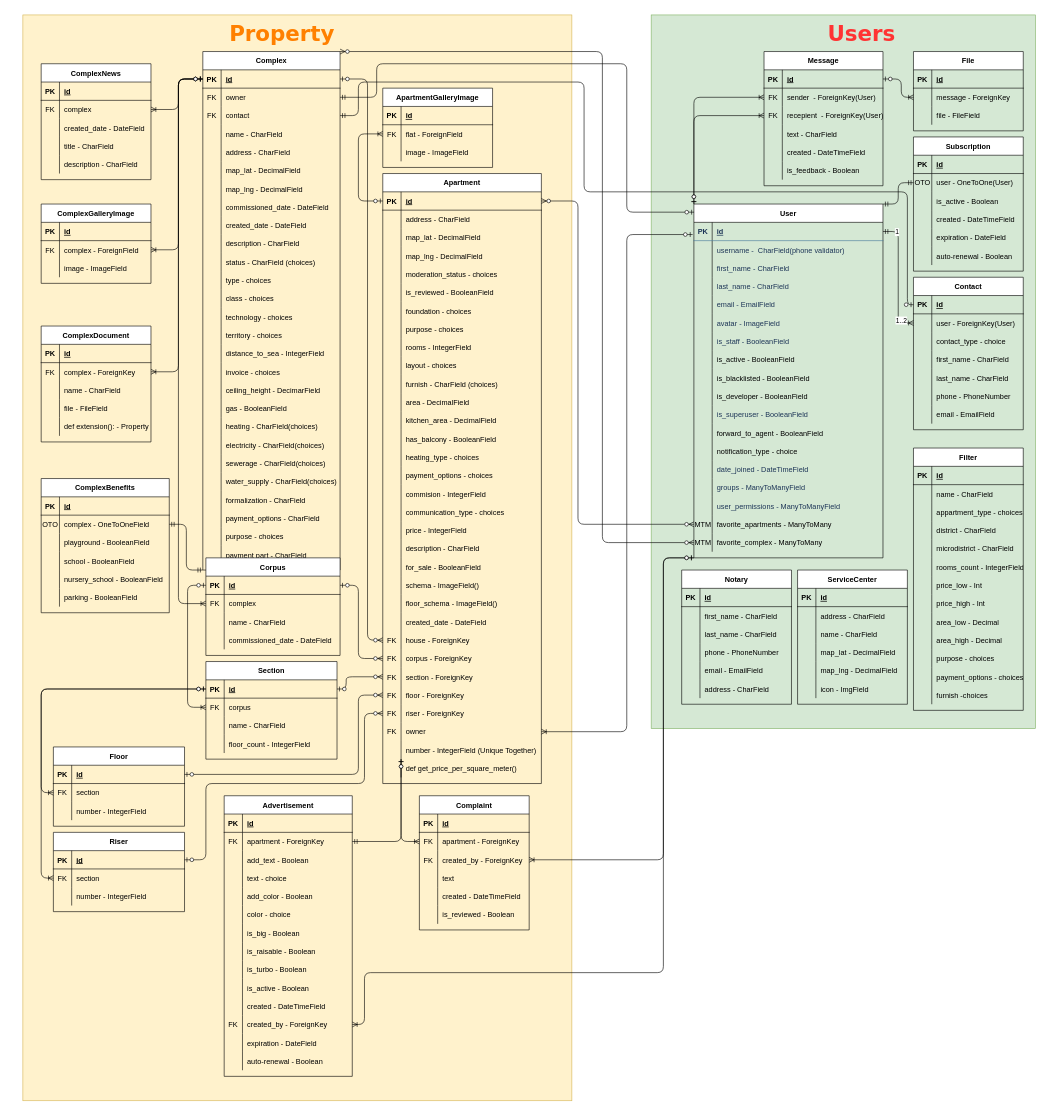
Rey092/SwipeApp keeps this draw.io diagram as diagrams/db.drawio. Above is the earlier version. Source tidied: cells renumbered, new cells numbered last; positions are measured from the earlier drawing's top-left corner, leaving out a move shared by most shapes. Both pictures are drawn from the tidied source at 61%, with x=0, y=0 at pixel (10, 15).
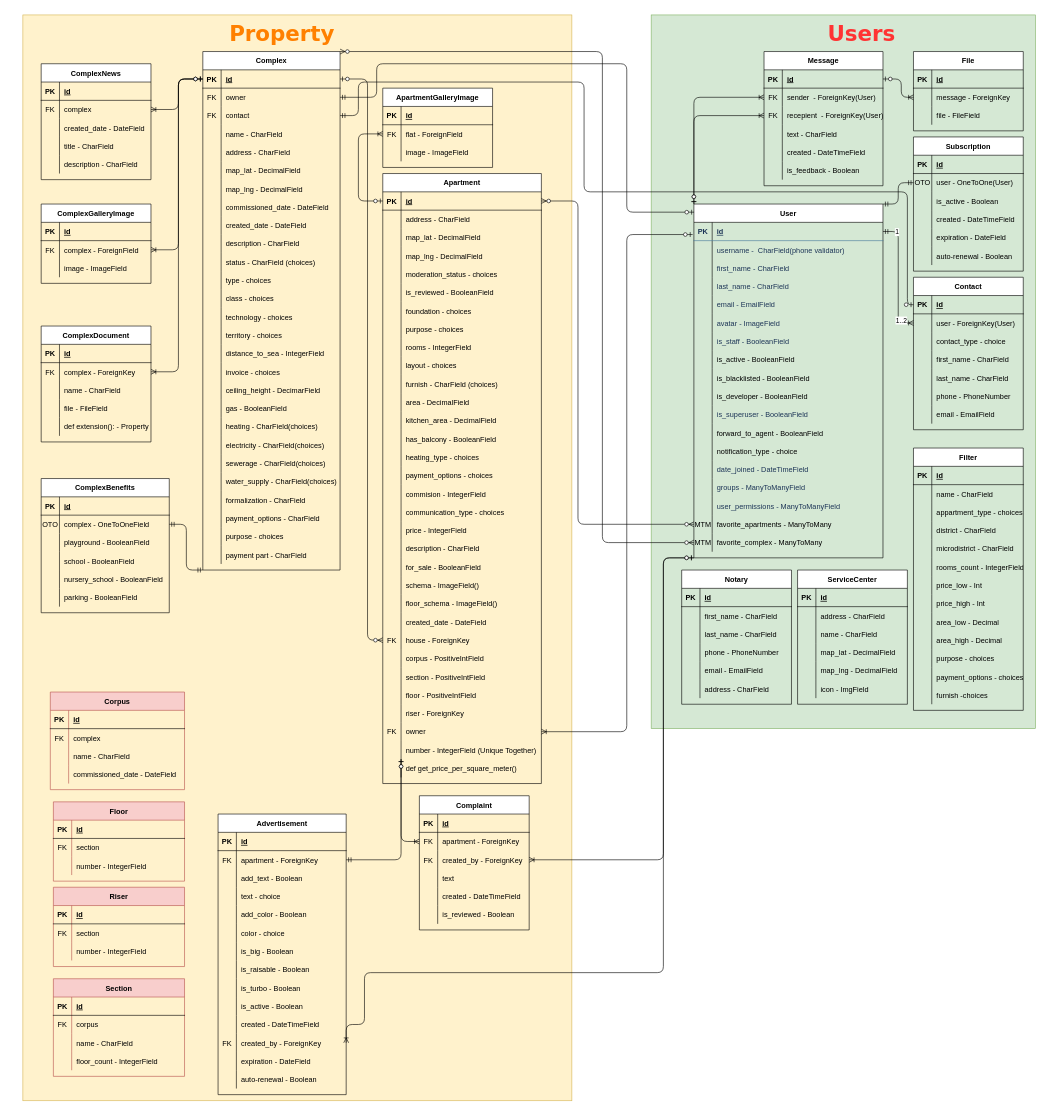
The same diagram, later.

Unchanged cells that the change refers to:
```xml
<mxCell id="3" style="group;" parent="1" vertex="1">
  <mxGeometry y="60" width="915" height="1680" as="geometry" />
</mxCell>
<mxCell id="80" style="shape=partialRectangle;fillColor=none;top=0;left=0;bottom=0;right=0;points=[[0,0.5],[1,0.5]];portConstraint=eastwest;" parent="4" vertex="1">
  <mxGeometry y="780" width="260" height="30" as="geometry" />
</mxCell>
<mxCell id="83" style="shape=partialRectangle;fillColor=none;top=0;left=0;bottom=0;right=0;points=[[0,0.5],[1,0.5]];portConstraint=eastwest;" parent="4" vertex="1">
  <mxGeometry y="810" width="260" height="30" as="geometry" />
</mxCell>
<mxCell id="86" style="shape=partialRectangle;fillColor=none;top=0;left=0;bottom=0;right=0;points=[[0,0.5],[1,0.5]];portConstraint=eastwest;" parent="4" vertex="1">
  <mxGeometry y="840" width="260" height="30" as="geometry" />
</mxCell>
<mxCell id="89" style="shape=partialRectangle;fillColor=none;top=0;left=0;bottom=0;right=0;points=[[0,0.5],[1,0.5]];portConstraint=eastwest;" parent="4" vertex="1">
  <mxGeometry y="870" width="260" height="30" as="geometry" />
</mxCell>
<mxCell id="102" style="shape=partialRectangle;fillColor=none;top=0;left=0;bottom=1;right=0;points=[[0,0.5],[1,0.5]];portConstraint=eastwest;" parent="101" vertex="1">
  <mxGeometry y="30" width="225" height="30" as="geometry" />
</mxCell>
<mxCell id="194" style="shape=partialRectangle;fillColor=none;top=0;left=0;bottom=1;right=0;points=[[0,0.5],[1,0.5]];portConstraint=eastwest;" parent="193" vertex="1">
  <mxGeometry y="30" width="220" height="30" as="geometry" />
</mxCell>
<mxCell id="197" style="shape=partialRectangle;fillColor=none;top=0;left=0;bottom=0;right=0;points=[[0,0.5],[1,0.5]];portConstraint=eastwest;" parent="193" vertex="1">
  <mxGeometry y="60" width="220" height="30" as="geometry" />
</mxCell>
<mxCell id="210" style="shape=partialRectangle;fillColor=none;top=0;left=0;bottom=1;right=0;points=[[0,0.5],[1,0.5]];portConstraint=eastwest;" parent="209" vertex="1">
  <mxGeometry y="30" width="215" height="30" as="geometry" />
</mxCell>
<mxCell id="213" style="shape=partialRectangle;fillColor=none;top=0;left=0;bottom=0;right=0;points=[[0,0.5],[1,0.5]];portConstraint=eastwest;" parent="209" vertex="1">
  <mxGeometry y="60" width="215" height="30" as="geometry" />
</mxCell>
<mxCell id="334" style="shape=partialRectangle;fillColor=none;top=0;left=0;bottom=1;right=0;points=[[0,0.5],[1,0.5]];portConstraint=eastwest;" parent="333" vertex="1">
  <mxGeometry y="30" width="215" height="30" as="geometry" />
</mxCell>
<mxCell id="337" style="shape=partialRectangle;fillColor=none;top=0;left=0;bottom=0;right=0;points=[[0,0.5],[1,0.5]];portConstraint=eastwest;" parent="333" vertex="1">
  <mxGeometry y="60" width="215" height="30" as="geometry" />
</mxCell>
<mxCell id="346" style="shape=partialRectangle;fillColor=none;top=0;left=0;bottom=1;right=0;points=[[0,0.5],[1,0.5]];portConstraint=eastwest;" parent="345" vertex="1">
  <mxGeometry y="30" width="215" height="30" as="geometry" />
</mxCell>
<mxCell id="349" style="shape=partialRectangle;fillColor=none;top=0;left=0;bottom=0;right=0;points=[[0,0.5],[1,0.5]];portConstraint=eastwest;" parent="345" vertex="1">
  <mxGeometry y="60" width="215" height="30" as="geometry" />
</mxCell>
```

What changed in the source:
```diff
@@
-    <mxCell id="81" value="FK" style="shape=partialRectangle;fillColor=none;top=0;left=0;bottom=0;right=0;fontStyle=0;overflow=hidden;" parent="80" vertex="1">
+    <mxCell id="81" style="shape=partialRectangle;fillColor=none;top=0;left=0;bottom=0;right=0;fontStyle=0;overflow=hidden;" parent="80" vertex="1">
       <mxGeometry width="30" height="30" as="geometry" />
     </mxCell>
-    <mxCell id="82" value="corpus - ForeignKey" style="shape=partialRectangle;fillColor=none;top=0;left=0;bottom=0;right=0;align=left;spacingLeft=6;fontStyle=0;overflow=hidden;" parent="80" vertex="1">
+    <mxCell id="82" value="corpus - PositiveIntField" style="shape=partialRectangle;fillColor=none;top=0;left=0;bottom=0;right=0;align=left;spacingLeft=6;fontStyle=0;overflow=hidden;" parent="80" vertex="1">
       <mxGeometry x="30" width="230" height="30" as="geometry" />
     </mxCell>
@@
-    <mxCell id="84" value="FK" style="shape=partialRectangle;fillColor=none;top=0;left=0;bottom=0;right=0;fontStyle=0;overflow=hidden;" parent="83" vertex="1">
+    <mxCell id="84" style="shape=partialRectangle;fillColor=none;top=0;left=0;bottom=0;right=0;fontStyle=0;overflow=hidden;" parent="83" vertex="1">
       <mxGeometry width="30" height="30" as="geometry" />
     </mxCell>
-    <mxCell id="85" value="section - ForeignKey" style="shape=partialRectangle;fillColor=none;top=0;left=0;bottom=0;right=0;align=left;spacingLeft=6;fontStyle=0;overflow=hidden;" parent="83" vertex="1">
+    <mxCell id="85" value="section - PositiveIntField" style="shape=partialRectangle;fillColor=none;top=0;left=0;bottom=0;right=0;align=left;spacingLeft=6;fontStyle=0;overflow=hidden;" parent="83" vertex="1">
       <mxGeometry x="30" width="230" height="30" as="geometry" />
     </mxCell>
@@
-    <mxCell id="87" value="FK" style="shape=partialRectangle;fillColor=none;top=0;left=0;bottom=0;right=0;fontStyle=0;overflow=hidden;" parent="86" vertex="1">
+    <mxCell id="87" style="shape=partialRectangle;fillColor=none;top=0;left=0;bottom=0;right=0;fontStyle=0;overflow=hidden;" parent="86" vertex="1">
       <mxGeometry width="30" height="30" as="geometry" />
     </mxCell>
-    <mxCell id="88" value="floor - ForeignKey" style="shape=partialRectangle;fillColor=none;top=0;left=0;bottom=0;right=0;align=left;spacingLeft=6;fontStyle=0;overflow=hidden;" parent="86" vertex="1">
+    <mxCell id="88" value="floor - PositiveIntField" style="shape=partialRectangle;fillColor=none;top=0;left=0;bottom=0;right=0;align=left;spacingLeft=6;fontStyle=0;overflow=hidden;" parent="86" vertex="1">
       <mxGeometry x="30" width="230" height="30" as="geometry" />
     </mxCell>
@@
-    <mxCell id="90" value="FK" style="shape=partialRectangle;fillColor=none;top=0;left=0;bottom=0;right=0;fontStyle=0;overflow=hidden;" parent="89" vertex="1">
+    <mxCell id="90" style="shape=partialRectangle;fillColor=none;top=0;left=0;bottom=0;right=0;fontStyle=0;overflow=hidden;" parent="89" vertex="1">
       <mxGeometry width="30" height="30" as="geometry" />
     </mxCell>
@@
-    <mxCell id="193" value="Corpus" style="shape=table;startSize=30;childLayout=tableLayout;rowLines=0;fontStyle=1;align=center;" parent="3" vertex="1">
-      <mxGeometry x="320" y="830" width="220" height="160" as="geometry" />
+    <mxCell id="193" value="Corpus" style="shape=table;startSize=30;childLayout=tableLayout;rowLines=0;fontStyle=1;align=center;fillColor=#f8cecc;strokeColor=#b85450;" parent="3" vertex="1">
+      <mxGeometry x="65" y="1050" width="220" height="160" as="geometry" />
     </mxCell>
@@
-    <mxCell id="206" style="edgeStyle=elbowEdgeStyle;fontSize=12;html=1;endArrow=ERoneToMany;startArrow=ERzeroToOne;entryX=0;entryY=0.5;entryDx=0;entryDy=0;exitX=0;exitY=0.5;exitDx=0;exitDy=0;" parent="3" edge="1" source="102" target="197">
-      <mxGeometry relative="1" as="geometry">
-        <Array as="points">
-          <mxPoint x="275" y="270" />
-          <mxPoint x="305" y="250" />
-        </Array>
-      </mxGeometry>
-    </mxCell>
@@
-    <mxCell id="208" style="edgeStyle=elbowEdgeStyle;fontSize=12;html=1;endArrow=ERzeroToMany;startArrow=ERzeroToOne;exitX=1;exitY=0.5;exitDx=0;exitDy=0;entryX=0;entryY=0.5;entryDx=0;entryDy=0;endFill=1;" parent="3" edge="1" source="210" target="83">
-      <mxGeometry relative="1" as="geometry">
-        <Array as="points">
-          <mxPoint x="550" y="1025" />
-          <mxPoint x="560" y="1000" />
-          <mxPoint x="580" y="1000" />
-          <mxPoint x="560" y="805" />
-          <mxPoint x="570" y="720" />
-        </Array>
-      </mxGeometry>
-    </mxCell>
-    <mxCell id="209" value="Section" style="shape=table;startSize=30;childLayout=tableLayout;rowLines=0;fontStyle=1;align=center;" parent="3" vertex="1">
-      <mxGeometry x="320" y="1000" width="215" height="160" as="geometry" />
+    <mxCell id="209" value="Section" style="shape=table;startSize=30;childLayout=tableLayout;rowLines=0;fontStyle=1;align=center;fillColor=#f8cecc;strokeColor=#b85450;" parent="3" vertex="1">
+      <mxGeometry x="70" y="1520" width="215" height="160" as="geometry" />
     </mxCell>
@@
-    <mxCell id="222" style="edgeStyle=elbowEdgeStyle;fontSize=12;html=1;endArrow=ERzeroToMany;startArrow=ERzeroToOne;exitX=1;exitY=0.5;exitDx=0;exitDy=0;entryX=0;entryY=0.5;entryDx=0;entryDy=0;endFill=1;" parent="3" edge="1" source="194" target="80">
-      <mxGeometry relative="1" as="geometry">
-        <Array as="points">
-          <mxPoint x="570" y="880" />
-          <mxPoint x="580" y="860" />
-          <mxPoint x="560" y="835" />
-          <mxPoint x="570" y="760" />
-          <mxPoint x="560" y="670" />
-          <mxPoint x="560" y="640" />
-          <mxPoint x="560" y="580" />
-          <mxPoint x="570" y="530" />
-          <mxPoint x="570" y="470" />
-          <mxPoint x="575" y="460" />
-          <mxPoint x="545" y="410" />
-        </Array>
-      </mxGeometry>
-    </mxCell>
@@
-    <mxCell id="224" style="edgeStyle=elbowEdgeStyle;fontSize=12;html=1;endArrow=ERoneToMany;startArrow=ERzeroToOne;entryX=0;entryY=0.5;entryDx=0;entryDy=0;exitX=0;exitY=0.5;exitDx=0;exitDy=0;" parent="3" edge="1" source="194" target="213">
-      <mxGeometry relative="1" as="geometry">
-        <Array as="points">
-          <mxPoint x="290" y="790" />
-          <mxPoint x="270" y="735" />
-        </Array>
-      </mxGeometry>
-    </mxCell>
@@
     <mxCell id="290" value="Advertisement" style="shape=table;startSize=30;childLayout=tableLayout;rowLines=0;fontStyle=1;align=center;" parent="3" vertex="1">
-      <mxGeometry x="350" y="1220" width="210" height="460" as="geometry" />
+      <mxGeometry x="340" y="1250" width="210" height="460" as="geometry" />
     </mxCell>
@@
-    <mxCell id="333" value="Floor" style="shape=table;startSize=30;childLayout=tableLayout;rowLines=0;fontStyle=1;align=center;" parent="3" vertex="1">
-      <mxGeometry x="70" y="1140" width="215" height="130" as="geometry" />
+    <mxCell id="333" value="Floor" style="shape=table;startSize=30;childLayout=tableLayout;rowLines=0;fontStyle=1;align=center;fillColor=#f8cecc;strokeColor=#b85450;" parent="3" vertex="1">
+      <mxGeometry x="70" y="1230" width="215" height="130" as="geometry" />
     </mxCell>
@@
-    <mxCell id="343" style="edgeStyle=elbowEdgeStyle;fontSize=12;html=1;endArrow=ERoneToMany;startArrow=ERzeroToOne;entryX=0;entryY=0.5;entryDx=0;entryDy=0;exitX=0;exitY=0.5;exitDx=0;exitDy=0;" parent="3" edge="1" source="210" target="337">
-      <mxGeometry relative="1" as="geometry">
-        <Array as="points">
-          <mxPoint x="50" y="1130" />
-          <mxPoint x="120" y="940" />
-        </Array>
-      </mxGeometry>
-    </mxCell>
-    <mxCell id="344" style="edgeStyle=elbowEdgeStyle;fontSize=12;html=1;endArrow=ERzeroToMany;startArrow=ERzeroToOne;exitX=1;exitY=0.5;exitDx=0;exitDy=0;entryX=0;entryY=0.5;entryDx=0;entryDy=0;endFill=1;" parent="3" edge="1" source="334" target="86">
-      <mxGeometry relative="1" as="geometry">
-        <Array as="points">
-          <mxPoint x="570" y="1160" />
-          <mxPoint x="580" y="1050" />
-          <mxPoint x="590" y="1070" />
-          <mxPoint x="755" y="980" />
-          <mxPoint x="765" y="895" />
-        </Array>
-      </mxGeometry>
-    </mxCell>
-    <mxCell id="345" value="Riser" style="shape=table;startSize=30;childLayout=tableLayout;rowLines=0;fontStyle=1;align=center;" parent="3" vertex="1">
-      <mxGeometry x="70" y="1280" width="215" height="130" as="geometry" />
+    <mxCell id="345" value="Riser" style="shape=table;startSize=30;childLayout=tableLayout;rowLines=0;fontStyle=1;align=center;fillColor=#f8cecc;strokeColor=#b85450;" parent="3" vertex="1">
+      <mxGeometry x="70" y="1370" width="215" height="130" as="geometry" />
     </mxCell>
@@
-    <mxCell id="355" style="edgeStyle=elbowEdgeStyle;fontSize=12;html=1;endArrow=ERoneToMany;startArrow=ERzeroToOne;entryX=0;entryY=0.5;entryDx=0;entryDy=0;exitX=0;exitY=0.5;exitDx=0;exitDy=0;" parent="3" edge="1" source="210" target="349">
-      <mxGeometry relative="1" as="geometry">
-        <Array as="points">
-          <mxPoint x="50" y="1230" />
-          <mxPoint y="1075" />
-        </Array>
-      </mxGeometry>
-    </mxCell>
-    <mxCell id="356" style="edgeStyle=orthogonalEdgeStyle;fontSize=12;html=1;endArrow=ERzeroToMany;startArrow=ERzeroToOne;exitX=1;exitY=0.5;exitDx=0;exitDy=0;endFill=1;elbow=vertical;entryX=0;entryY=0.5;entryDx=0;entryDy=0;" parent="3" edge="1" source="346" target="89">
-      <mxGeometry relative="1" as="geometry">
-        <Array as="points">
-          <mxPoint x="320" y="1325" />
-          <mxPoint x="320" y="1200" />
-          <mxPoint x="580" y="1200" />
-          <mxPoint x="580" y="1085" />
-        </Array>
-      </mxGeometry>
-    </mxCell>
```
